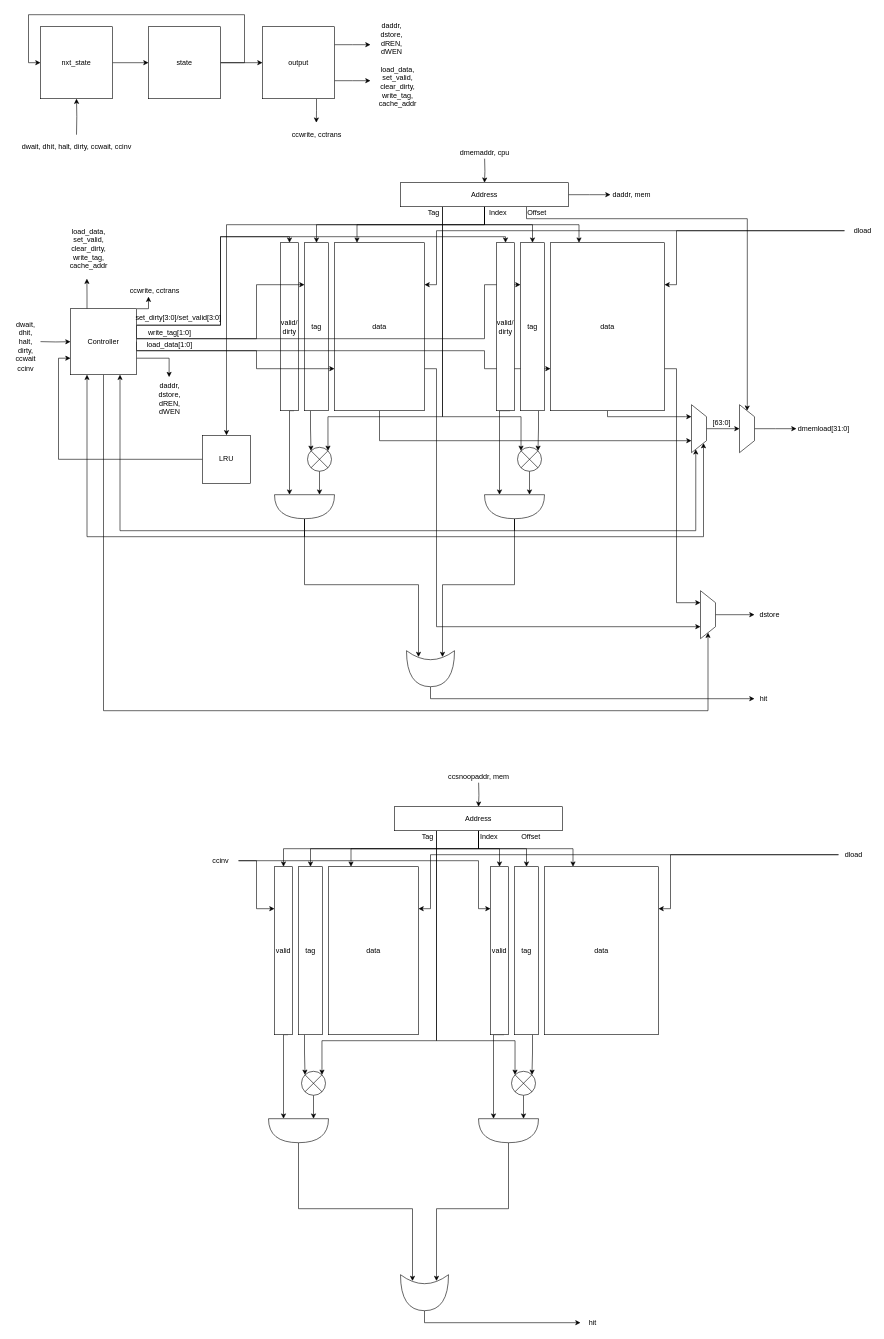
Above: page "Page-3" (3 of 3) of Caches.drawio in dsrasheed/ece437 (draw.io), before the change. Source tidied: cells renumbered, new cells numbered last; positions are measured from the earlier drawing's top-left corner, leaving out a move shared by most shapes. Both pictures are drawn from the tidied source at 60%, with x=0, y=0 at pixel (10, 14).
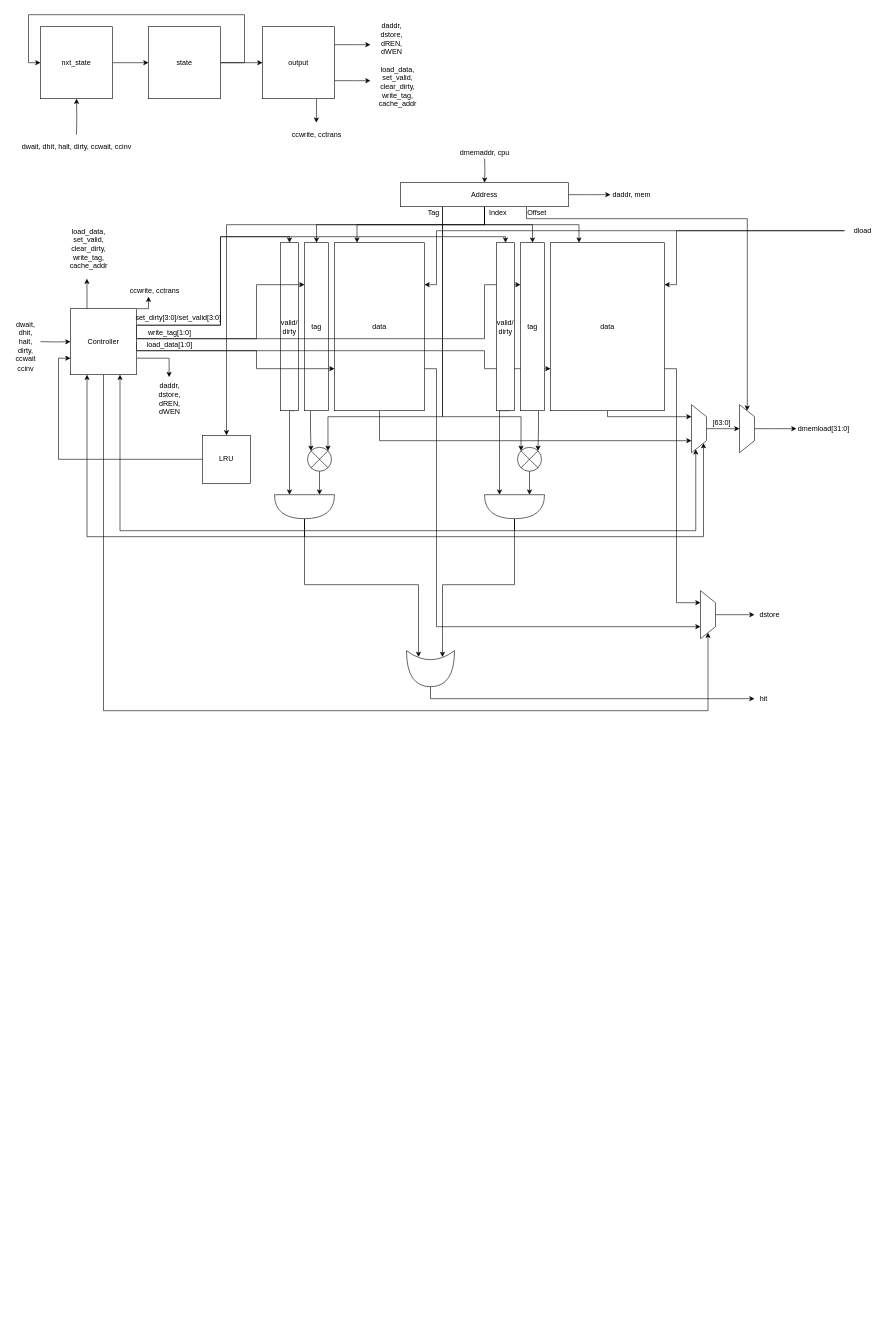
The same diagram, later.

Diff of the diagram source:
```diff
@@
-    <mxCell id="86" style="edgeStyle=orthogonalEdgeStyle;rounded=0;jettySize=auto;html=1;exitX=0.75;exitY=1;exitDx=0;exitDy=0;entryX=0;entryY=0.75;entryDx=0;entryDy=0;entryPerimeter=0;" parent="1" edge="1" source="88" target="115">
-      <mxGeometry relative="1" as="geometry">
-        <Array as="points">
-          <mxPoint x="455" y="1700" />
-        </Array>
-      </mxGeometry>
-    </mxCell>
-    <mxCell id="87" style="edgeStyle=orthogonalEdgeStyle;rounded=0;jettySize=auto;html=1;exitX=0;exitY=0.25;exitDx=0;exitDy=0;entryX=0;entryY=0.25;entryDx=0;entryDy=0;" parent="1" edge="1" target="88">
-      <mxGeometry relative="1" as="geometry">
-        <mxPoint x="380" y="1410" as="sourcePoint" />
-        <Array as="points">
-          <mxPoint x="410" y="1410" />
-          <mxPoint x="410" y="1490" />
-        </Array>
-      </mxGeometry>
-    </mxCell>
-    <mxCell id="88" value="valid" style="rounded=0;whiteSpace=wrap;html=1;" parent="1" vertex="1">
-      <mxGeometry x="440" y="1420" width="30" height="280" as="geometry" />
-    </mxCell>
-    <mxCell id="89" style="edgeStyle=orthogonalEdgeStyle;rounded=0;jettySize=auto;html=1;exitX=0.25;exitY=1;exitDx=0;exitDy=0;entryX=0;entryY=0;entryDx=0;entryDy=0;" parent="1" edge="1" source="90" target="123">
-      <mxGeometry relative="1" as="geometry" />
-    </mxCell>
-    <mxCell id="90" value="tag" style="rounded=0;whiteSpace=wrap;html=1;" parent="1" vertex="1">
-      <mxGeometry x="480" y="1420" width="40" height="280" as="geometry" />
-    </mxCell>
-    <mxCell id="91" style="edgeStyle=orthogonalEdgeStyle;rounded=0;jettySize=auto;html=1;exitX=1;exitY=0.25;exitDx=0;exitDy=0;entryX=1;entryY=0.25;entryDx=0;entryDy=0;" parent="1" edge="1" target="92">
-      <mxGeometry relative="1" as="geometry">
-        <mxPoint x="1380" y="1400" as="sourcePoint" />
-        <Array as="points">
-          <mxPoint x="700" y="1400" />
-          <mxPoint x="700" y="1490" />
-        </Array>
-      </mxGeometry>
-    </mxCell>
-    <mxCell id="92" value="data" style="rounded=0;whiteSpace=wrap;html=1;" parent="1" vertex="1">
-      <mxGeometry x="530" y="1420" width="150" height="280" as="geometry" />
-    </mxCell>
-    <mxCell id="93" style="edgeStyle=orthogonalEdgeStyle;rounded=0;jettySize=auto;html=1;exitX=0.5;exitY=0;exitDx=0;exitDy=0;entryX=0.5;entryY=0;entryDx=0;entryDy=0;" parent="1" edge="1" target="102">
-      <mxGeometry relative="1" as="geometry">
-        <mxPoint x="780.2" y="1280" as="sourcePoint" />
-      </mxGeometry>
-    </mxCell>
-    <mxCell id="94" style="edgeStyle=orthogonalEdgeStyle;rounded=0;jettySize=auto;html=1;exitX=0.5;exitY=1;exitDx=0;exitDy=0;entryX=0.5;entryY=0;entryDx=0;entryDy=0;" parent="1" edge="1" source="102" target="107">
-      <mxGeometry relative="1" as="geometry" />
-    </mxCell>
-    <mxCell id="95" style="edgeStyle=orthogonalEdgeStyle;rounded=0;jettySize=auto;html=1;exitX=0.5;exitY=1;exitDx=0;exitDy=0;entryX=0.5;entryY=0;entryDx=0;entryDy=0;" parent="1" edge="1" source="102" target="109">
-      <mxGeometry relative="1" as="geometry" />
-    </mxCell>
-    <mxCell id="96" style="edgeStyle=orthogonalEdgeStyle;rounded=0;jettySize=auto;html=1;exitX=0.5;exitY=1;exitDx=0;exitDy=0;entryX=0.5;entryY=0;entryDx=0;entryDy=0;" parent="1" edge="1" source="102" target="88">
-      <mxGeometry relative="1" as="geometry" />
-    </mxCell>
-    <mxCell id="97" style="edgeStyle=orthogonalEdgeStyle;rounded=0;jettySize=auto;html=1;exitX=0.5;exitY=1;exitDx=0;exitDy=0;" parent="1" edge="1" source="102" target="90">
-      <mxGeometry relative="1" as="geometry" />
-    </mxCell>
-    <mxCell id="98" style="edgeStyle=orthogonalEdgeStyle;rounded=0;jettySize=auto;html=1;exitX=0.5;exitY=1;exitDx=0;exitDy=0;entryX=0.25;entryY=0;entryDx=0;entryDy=0;" parent="1" edge="1" source="102" target="92">
-      <mxGeometry relative="1" as="geometry" />
-    </mxCell>
-    <mxCell id="99" style="edgeStyle=orthogonalEdgeStyle;rounded=0;jettySize=auto;html=1;exitX=0.5;exitY=1;exitDx=0;exitDy=0;entryX=0.25;entryY=0;entryDx=0;entryDy=0;" parent="1" edge="1" source="102" target="111">
-      <mxGeometry relative="1" as="geometry" />
-    </mxCell>
-    <mxCell id="100" style="edgeStyle=orthogonalEdgeStyle;rounded=0;jettySize=auto;html=1;exitX=0.25;exitY=1;exitDx=0;exitDy=0;entryX=1;entryY=0;entryDx=0;entryDy=0;" parent="1" edge="1" source="102" target="123">
-      <mxGeometry relative="1" as="geometry">
-        <Array as="points">
-          <mxPoint x="710" y="1710" />
-          <mxPoint x="519" y="1710" />
-        </Array>
-      </mxGeometry>
-    </mxCell>
-    <mxCell id="101" style="edgeStyle=orthogonalEdgeStyle;rounded=0;jettySize=auto;html=1;exitX=0.25;exitY=1;exitDx=0;exitDy=0;entryX=0;entryY=0;entryDx=0;entryDy=0;" parent="1" edge="1" source="102" target="125">
-      <mxGeometry relative="1" as="geometry">
-        <Array as="points">
-          <mxPoint x="710" y="1710" />
-          <mxPoint x="841" y="1710" />
-        </Array>
-      </mxGeometry>
-    </mxCell>
-    <mxCell id="102" value="Address" style="rounded=0;whiteSpace=wrap;html=1;" parent="1" vertex="1">
-      <mxGeometry x="640" y="1320" width="280" height="40" as="geometry" />
-    </mxCell>
-    <mxCell id="103" value="ccsnoopaddr, mem" style="text;html=1;align=center;verticalAlign=middle;strokeColor=none;fillColor=none;" parent="1" vertex="1">
-      <mxGeometry x="720" y="1260" width="120" height="20" as="geometry" />
-    </mxCell>
-    <mxCell id="104" value="Index" style="text;html=1;strokeColor=none;fillColor=none;align=center;verticalAlign=middle;whiteSpace=wrap;rounded=0;" parent="1" vertex="1">
-      <mxGeometry x="775" y="1360" width="45" height="20" as="geometry" />
-    </mxCell>
-    <mxCell id="105" style="edgeStyle=orthogonalEdgeStyle;rounded=0;jettySize=auto;html=1;exitX=0.75;exitY=1;exitDx=0;exitDy=0;entryX=0;entryY=0.75;entryDx=0;entryDy=0;entryPerimeter=0;" parent="1" edge="1" source="107" target="117">
-      <mxGeometry relative="1" as="geometry">
-        <Array as="points">
-          <mxPoint x="805" y="1700" />
-        </Array>
-      </mxGeometry>
-    </mxCell>
-    <mxCell id="106" style="edgeStyle=orthogonalEdgeStyle;rounded=0;jettySize=auto;html=1;exitX=0;exitY=0.25;exitDx=0;exitDy=0;entryX=0;entryY=0.25;entryDx=0;entryDy=0;" parent="1" edge="1" target="107">
-      <mxGeometry relative="1" as="geometry">
-        <mxPoint x="380" y="1410" as="sourcePoint" />
-        <Array as="points">
-          <mxPoint x="380" y="1410" />
-          <mxPoint x="780" y="1410" />
-          <mxPoint x="780" y="1490" />
-        </Array>
-      </mxGeometry>
-    </mxCell>
-    <mxCell id="107" value="valid" style="rounded=0;whiteSpace=wrap;html=1;" parent="1" vertex="1">
-      <mxGeometry x="800" y="1420" width="30" height="280" as="geometry" />
-    </mxCell>
-    <mxCell id="108" style="edgeStyle=orthogonalEdgeStyle;rounded=0;jettySize=auto;html=1;exitX=0.75;exitY=1;exitDx=0;exitDy=0;entryX=1;entryY=0;entryDx=0;entryDy=0;" parent="1" edge="1" source="109" target="125">
-      <mxGeometry relative="1" as="geometry" />
-    </mxCell>
-    <mxCell id="109" value="tag" style="rounded=0;whiteSpace=wrap;html=1;" parent="1" vertex="1">
-      <mxGeometry x="840" y="1420" width="40" height="280" as="geometry" />
-    </mxCell>
-    <mxCell id="110" style="edgeStyle=orthogonalEdgeStyle;rounded=0;jettySize=auto;html=1;exitX=1;exitY=0.5;exitDx=0;exitDy=0;entryX=1;entryY=0.25;entryDx=0;entryDy=0;" parent="1" edge="1" target="111">
-      <mxGeometry relative="1" as="geometry">
-        <mxPoint x="1380" y="1400" as="sourcePoint" />
-        <Array as="points">
-          <mxPoint x="1100" y="1400" />
-          <mxPoint x="1100" y="1490" />
-        </Array>
-      </mxGeometry>
-    </mxCell>
-    <mxCell id="111" value="data" style="rounded=0;whiteSpace=wrap;html=1;" parent="1" vertex="1">
-      <mxGeometry x="890" y="1420" width="190" height="280" as="geometry" />
-    </mxCell>
-    <mxCell id="112" style="edgeStyle=orthogonalEdgeStyle;rounded=0;jettySize=auto;html=1;exitX=1;exitY=0.5;exitDx=0;exitDy=0;exitPerimeter=0;" parent="1" edge="1" source="113">
-      <mxGeometry relative="1" as="geometry">
-        <mxPoint x="950" y="2180" as="targetPoint" />
-        <Array as="points">
-          <mxPoint x="690" y="2180" />
-        </Array>
-      </mxGeometry>
-    </mxCell>
-    <mxCell id="113" style="shape=xor;whiteSpace=wrap;html=1;rotation=90;" parent="1" vertex="1">
-      <mxGeometry x="660" y="2090" width="60" height="80" as="geometry" />
-    </mxCell>
-    <mxCell id="114" style="edgeStyle=orthogonalEdgeStyle;rounded=0;jettySize=auto;html=1;exitX=1;exitY=0.5;exitDx=0;exitDy=0;exitPerimeter=0;entryX=0.175;entryY=0.75;entryDx=0;entryDy=0;entryPerimeter=0;" parent="1" edge="1" source="115" target="113">
-      <mxGeometry relative="1" as="geometry" />
-    </mxCell>
-    <mxCell id="115" style="shape=or;whiteSpace=wrap;html=1;rotation=90;" parent="1" vertex="1">
-      <mxGeometry x="460" y="1810" width="40" height="100" as="geometry" />
-    </mxCell>
-    <mxCell id="116" style="edgeStyle=orthogonalEdgeStyle;rounded=0;jettySize=auto;html=1;exitX=1;exitY=0.5;exitDx=0;exitDy=0;exitPerimeter=0;entryX=0.175;entryY=0.25;entryDx=0;entryDy=0;entryPerimeter=0;" parent="1" edge="1" source="117" target="113">
-      <mxGeometry relative="1" as="geometry" />
-    </mxCell>
-    <mxCell id="117" style="shape=or;whiteSpace=wrap;html=1;rotation=90;" parent="1" vertex="1">
-      <mxGeometry x="810" y="1810" width="40" height="100" as="geometry" />
-    </mxCell>
-    <mxCell id="118" value="Tag" style="text;html=1;align=center;verticalAlign=middle;strokeColor=none;fillColor=none;" parent="1" vertex="1">
-      <mxGeometry x="680" y="1360" width="30" height="20" as="geometry" />
-    </mxCell>
-    <mxCell id="119" value="Offset" style="text;html=1;strokeColor=none;fillColor=none;align=center;verticalAlign=middle;whiteSpace=wrap;rounded=0;" parent="1" vertex="1">
-      <mxGeometry x="845" y="1360" width="45" height="20" as="geometry" />
-    </mxCell>
-    <mxCell id="120" value="dload" style="text;html=1;align=center;verticalAlign=middle;strokeColor=none;fillColor=none;" parent="1" vertex="1">
-      <mxGeometry x="1385" y="1390" width="40" height="20" as="geometry" />
-    </mxCell>
-    <mxCell id="121" value="hit" style="text;html=1;align=center;verticalAlign=middle;strokeColor=none;fillColor=none;" parent="1" vertex="1">
-      <mxGeometry x="955" y="2170" width="30" height="20" as="geometry" />
-    </mxCell>
-    <mxCell id="122" style="edgeStyle=orthogonalEdgeStyle;rounded=0;jettySize=auto;html=1;exitX=0.5;exitY=1;exitDx=0;exitDy=0;entryX=0;entryY=0.25;entryDx=0;entryDy=0;entryPerimeter=0;" parent="1" edge="1" source="123" target="115">
-      <mxGeometry relative="1" as="geometry" />
-    </mxCell>
-    <mxCell id="123" style="shape=sumEllipse;perimeter=ellipsePerimeter;whiteSpace=wrap;html=1;backgroundOutline=1;" parent="1" vertex="1">
-      <mxGeometry x="485" y="1761" width="40" height="40" as="geometry" />
-    </mxCell>
-    <mxCell id="124" style="edgeStyle=orthogonalEdgeStyle;rounded=0;jettySize=auto;html=1;exitX=0.5;exitY=1;exitDx=0;exitDy=0;entryX=0;entryY=0.25;entryDx=0;entryDy=0;entryPerimeter=0;" parent="1" edge="1" source="125" target="117">
-      <mxGeometry relative="1" as="geometry" />
-    </mxCell>
-    <mxCell id="125" style="shape=sumEllipse;perimeter=ellipsePerimeter;whiteSpace=wrap;html=1;backgroundOutline=1;" parent="1" vertex="1">
-      <mxGeometry x="835" y="1761" width="40" height="40" as="geometry" />
-    </mxCell>
-    <mxCell id="126" value="ccinv" style="text;html=1;align=center;verticalAlign=middle;strokeColor=none;fillColor=none;" parent="1" vertex="1">
-      <mxGeometry x="330" y="1400" width="40" height="20" as="geometry" />
-    </mxCell>
```
